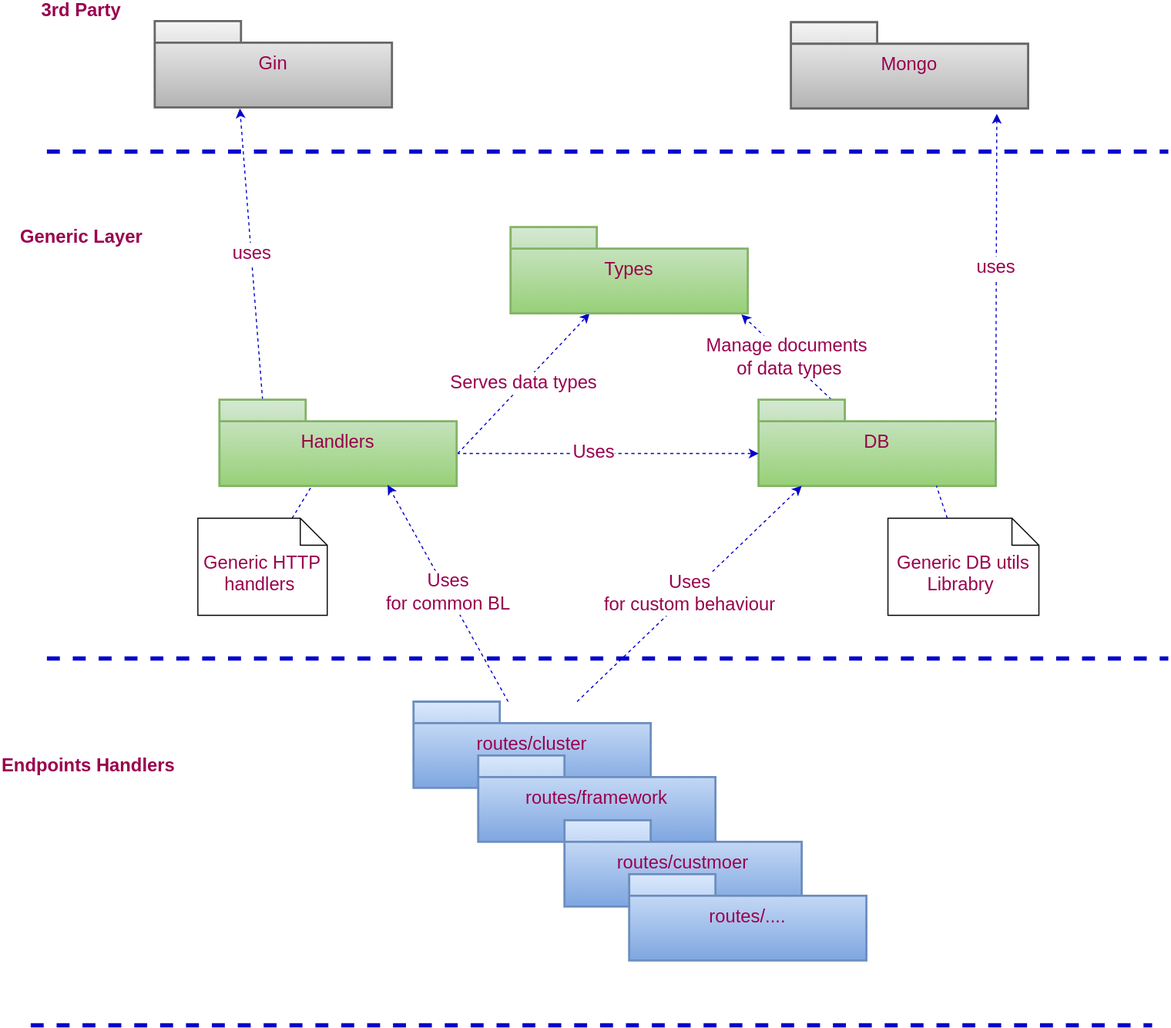
fossabot/config-service keeps this draw.io diagram as docs/overview.drawio.svg. Above is the earlier version. Source tidied: cells renumbered, new cells last; positions are measured from the earlier drawing's top-left corner, leaving out a move shared by most shapes. Its diagram source:
```xml
<mxGraphModel>
  <root>
    <mxCell id="0" />
    <mxCell id="1" parent="0" />
    <mxCell id="2" value="&lt;font style=&quot;font-size: 17px;&quot;&gt;Gin&lt;/font&gt;" style="shape=folder;tabWidth=80;tabHeight=20;tabPosition=left;strokeWidth=2;html=1;whiteSpace=wrap;align=center;fillColor=#f5f5f5;gradientColor=#b3b3b3;strokeColor=#666666;fontColor=#99004D;" parent="1" vertex="1">
      <mxGeometry x="115" width="220" height="80" as="geometry" />
    </mxCell>
    <mxCell id="3" value="&lt;font style=&quot;font-size: 17px;&quot;&gt;Mongo&lt;/font&gt;" style="shape=folder;tabWidth=80;tabHeight=20;tabPosition=left;strokeWidth=2;html=1;whiteSpace=wrap;align=center;fillColor=#f5f5f5;strokeColor=#666666;gradientColor=#b3b3b3;fontColor=#99004D;" parent="1" vertex="1">
      <mxGeometry x="705" y="1" width="220" height="80" as="geometry" />
    </mxCell>
    <mxCell id="4" value="uses" style="edgeStyle=none;shape=connector;rounded=0;jettySize=auto;html=1;exitX=0;exitY=0;exitDx=220;exitDy=20;exitPerimeter=0;entryX=0.868;entryY=1.063;entryDx=0;entryDy=0;entryPerimeter=0;dashed=1;labelBackgroundColor=default;strokeColor=#0000CC;fontFamily=Helvetica;fontSize=17;fontColor=#99004D;endArrow=classic;" parent="1" edge="1" source="6" target="3">
      <mxGeometry relative="1" as="geometry" />
    </mxCell>
    <mxCell id="5" value="Manage documents&lt;br&gt;&amp;nbsp;of data types" style="edgeStyle=none;shape=connector;rounded=0;jettySize=auto;html=1;entryX=0.973;entryY=1.013;entryDx=0;entryDy=0;entryPerimeter=0;dashed=1;labelBackgroundColor=default;strokeColor=#0000CC;fontFamily=Helvetica;fontSize=17;fontColor=#99004D;endArrow=classic;" parent="1" edge="1" source="6" target="12">
      <mxGeometry relative="1" as="geometry" />
    </mxCell>
    <mxCell id="6" value="&lt;font style=&quot;font-size: 17px;&quot;&gt;DB&lt;/font&gt;" style="shape=folder;tabWidth=80;tabHeight=20;tabPosition=left;strokeWidth=2;html=1;whiteSpace=wrap;align=center;fillColor=#d5e8d4;gradientColor=#97d077;strokeColor=#82b366;fontColor=#99004D;" parent="1" vertex="1">
      <mxGeometry x="675" y="351" width="220" height="80" as="geometry" />
    </mxCell>
    <mxCell id="7" value="Serves data types" style="rounded=0;orthogonalLoop=1;jettySize=auto;html=1;fontSize=17;dashed=1;exitX=0;exitY=0;exitDx=220;exitDy=50;exitPerimeter=0;strokeColor=#0000CC;fontColor=#99004D;" parent="1" edge="1">
      <mxGeometry relative="1" as="geometry">
        <mxPoint x="396" y="401" as="sourcePoint" />
        <mxPoint x="518.4" y="271" as="targetPoint" />
      </mxGeometry>
    </mxCell>
    <mxCell id="8" value="uses" style="edgeStyle=none;rounded=0;jettySize=auto;html=1;dashed=1;fontSize=17;exitX=0;exitY=0;exitDx=40;exitDy=0;exitPerimeter=0;entryX=0.359;entryY=1.013;entryDx=0;entryDy=0;entryPerimeter=0;strokeColor=#0000CC;fontColor=#99004D;" parent="1" edge="1" source="11" target="2">
      <mxGeometry relative="1" as="geometry" />
    </mxCell>
    <mxCell id="9" style="edgeStyle=none;shape=connector;rounded=0;jettySize=auto;html=1;entryX=0;entryY=0;entryDx=0;entryDy=50;entryPerimeter=0;dashed=1;labelBackgroundColor=default;strokeColor=#0000CC;fontFamily=Helvetica;fontSize=17;fontColor=#99004D;endArrow=classic;exitX=0;exitY=0;exitDx=220;exitDy=50;exitPerimeter=0;" parent="1" edge="1" source="11" target="6">
      <mxGeometry relative="1" as="geometry" />
    </mxCell>
    <mxCell id="10" value="Uses" style="edgeLabel;html=1;align=center;verticalAlign=middle;fontSize=17;fontFamily=Helvetica;fontColor=#99004D;" parent="9" vertex="1">
      <mxGeometry x="-0.1" y="1" relative="1" as="geometry" />
    </mxCell>
    <mxCell id="11" value="&lt;font style=&quot;font-size: 17px;&quot;&gt;Handlers&lt;/font&gt;" style="shape=folder;tabWidth=80;tabHeight=20;tabPosition=left;strokeWidth=2;html=1;whiteSpace=wrap;align=center;fillColor=#d5e8d4;gradientColor=#97d077;strokeColor=#82b366;fontColor=#99004D;" parent="1" vertex="1">
      <mxGeometry x="175" y="351" width="220" height="80" as="geometry" />
    </mxCell>
    <mxCell id="12" value="&lt;font style=&quot;font-size: 17px;&quot;&gt;Types&lt;/font&gt;" style="shape=folder;tabWidth=80;tabHeight=20;tabPosition=left;strokeWidth=2;html=1;whiteSpace=wrap;align=center;fillColor=#d5e8d4;gradientColor=#97d077;strokeColor=#82b366;fontColor=#99004D;" parent="1" vertex="1">
      <mxGeometry x="445" y="191" width="220" height="80" as="geometry" />
    </mxCell>
    <mxCell id="13" style="group;fontColor=#99004D;" parent="1" vertex="1">
      <mxGeometry x="355" y="631" width="420" height="240" as="geometry" />
    </mxCell>
    <mxCell id="14" value="&lt;font style=&quot;font-size: 17px;&quot;&gt;routes/cluster&lt;/font&gt;" style="shape=folder;tabWidth=80;tabHeight=20;tabPosition=left;strokeWidth=2;html=1;whiteSpace=wrap;align=center;fillColor=#dae8fc;gradientColor=#7ea6e0;strokeColor=#6c8ebf;fontColor=#99004D;" parent="13" vertex="1">
      <mxGeometry width="220" height="80" as="geometry" />
    </mxCell>
    <mxCell id="15" value="&lt;font style=&quot;font-size: 17px;&quot;&gt;routes/framework&lt;/font&gt;" style="shape=folder;tabWidth=80;tabHeight=20;tabPosition=left;strokeWidth=2;html=1;whiteSpace=wrap;align=center;fillColor=#dae8fc;gradientColor=#7ea6e0;strokeColor=#6c8ebf;fontColor=#99004D;" parent="13" vertex="1">
      <mxGeometry x="60" y="50" width="220" height="80" as="geometry" />
    </mxCell>
    <mxCell id="16" value="&lt;font style=&quot;font-size: 17px;&quot;&gt;routes/custmoer&lt;/font&gt;" style="shape=folder;tabWidth=80;tabHeight=20;tabPosition=left;strokeWidth=2;html=1;whiteSpace=wrap;align=center;fillColor=#dae8fc;gradientColor=#7ea6e0;strokeColor=#6c8ebf;fontColor=#99004D;" parent="13" vertex="1">
      <mxGeometry x="140" y="110" width="220" height="80" as="geometry" />
    </mxCell>
    <mxCell id="17" value="&lt;font style=&quot;font-size: 17px;&quot;&gt;routes/....&lt;/font&gt;" style="shape=folder;tabWidth=80;tabHeight=20;tabPosition=left;strokeWidth=2;html=1;whiteSpace=wrap;align=center;fillColor=#dae8fc;gradientColor=#7ea6e0;strokeColor=#6c8ebf;fontColor=#99004D;" parent="13" vertex="1">
      <mxGeometry x="200" y="160" width="220" height="80" as="geometry" />
    </mxCell>
    <mxCell id="18" style="edgeStyle=none;shape=connector;rounded=0;jettySize=auto;html=1;entryX=0.75;entryY=1;entryDx=0;entryDy=0;entryPerimeter=0;dashed=1;labelBackgroundColor=default;strokeColor=#0000CC;fontFamily=Helvetica;fontSize=17;fontColor=#99004D;endArrow=none;endFill=0;" parent="1" edge="1" source="19" target="6">
      <mxGeometry relative="1" as="geometry" />
    </mxCell>
    <mxCell id="19" value="Generic DB utils Librabry&amp;nbsp;" style="shape=note2;boundedLbl=1;whiteSpace=wrap;html=1;size=25;verticalAlign=top;align=center;fontFamily=Helvetica;fontSize=17;fontColor=#99004D;" parent="1" vertex="1">
      <mxGeometry x="795" y="461" width="140" height="90" as="geometry" />
    </mxCell>
    <mxCell id="20" style="edgeStyle=none;shape=connector;rounded=0;jettySize=auto;html=1;dashed=1;labelBackgroundColor=default;strokeColor=#0000CC;fontFamily=Helvetica;fontSize=17;fontColor=#99004D;endArrow=none;endFill=0;" parent="1" edge="1" source="21" target="11">
      <mxGeometry relative="1" as="geometry" />
    </mxCell>
    <mxCell id="21" value="Generic HTTP handlers&amp;nbsp;" style="shape=note2;boundedLbl=1;whiteSpace=wrap;html=1;size=25;verticalAlign=top;align=center;fontFamily=Helvetica;fontSize=17;fontColor=#99004D;" parent="1" vertex="1">
      <mxGeometry x="155" y="461" width="120" height="90" as="geometry" />
    </mxCell>
    <mxCell id="22" value="Uses&lt;br&gt;for common BL" style="edgeStyle=none;shape=connector;rounded=0;jettySize=auto;html=1;entryX=0.709;entryY=0.988;entryDx=0;entryDy=0;entryPerimeter=0;dashed=1;labelBackgroundColor=default;strokeColor=#0000CC;fontFamily=Helvetica;fontSize=17;fontColor=#99004D;endArrow=classic;endFill=1;" parent="1" edge="1" source="14" target="11">
      <mxGeometry relative="1" as="geometry" />
    </mxCell>
    <mxCell id="23" value="Uses&lt;br&gt;for custom behaviour" style="edgeStyle=none;shape=connector;rounded=0;jettySize=auto;html=1;entryX=0.182;entryY=1;entryDx=0;entryDy=0;entryPerimeter=0;dashed=1;labelBackgroundColor=default;strokeColor=#0000CC;fontFamily=Helvetica;fontSize=17;fontColor=#99004D;endArrow=classic;endFill=1;" parent="1" edge="1" source="14" target="6">
      <mxGeometry relative="1" as="geometry" />
    </mxCell>
    <mxCell id="24" value="&lt;b&gt;3rd Party&lt;/b&gt;" style="endArrow=none;dashed=1;html=1;rounded=0;labelBackgroundColor=default;strokeColor=#0000CC;fontFamily=Helvetica;fontSize=17;fontColor=#99004D;shape=connector;strokeWidth=4;align=right;" parent="1" edge="1">
      <mxGeometry x="-0.87" y="130" relative="1" as="geometry">
        <mxPoint x="15" y="121" as="sourcePoint" />
        <mxPoint x="1055" y="121" as="targetPoint" />
      </mxGeometry>
    </mxCell>
    <mxCell id="25" value="&lt;b&gt;Generic Layer&lt;/b&gt;" style="endArrow=none;dashed=1;html=1;rounded=0;labelBackgroundColor=default;strokeColor=#0000CC;fontFamily=Helvetica;fontSize=17;fontColor=#99004D;shape=connector;strokeWidth=4;align=right;" parent="1" edge="1">
      <mxGeometry x="-0.83" y="390" relative="1" as="geometry">
        <mxPoint x="15" y="591" as="sourcePoint" />
        <mxPoint x="1055" y="591" as="targetPoint" />
      </mxGeometry>
    </mxCell>
    <mxCell id="26" value="&lt;b&gt;Endpoints Handlers&lt;/b&gt;" style="endArrow=none;dashed=1;html=1;rounded=0;labelBackgroundColor=default;strokeColor=#0000CC;fontFamily=Helvetica;fontSize=17;fontColor=#99004D;shape=connector;strokeWidth=4;align=right;" parent="1" edge="1">
      <mxGeometry x="-0.74" y="240" relative="1" as="geometry">
        <mxPoint y="931" as="sourcePoint" />
        <mxPoint x="1040" y="931" as="targetPoint" />
      </mxGeometry>
    </mxCell>
  </root>
</mxGraphModel>
```
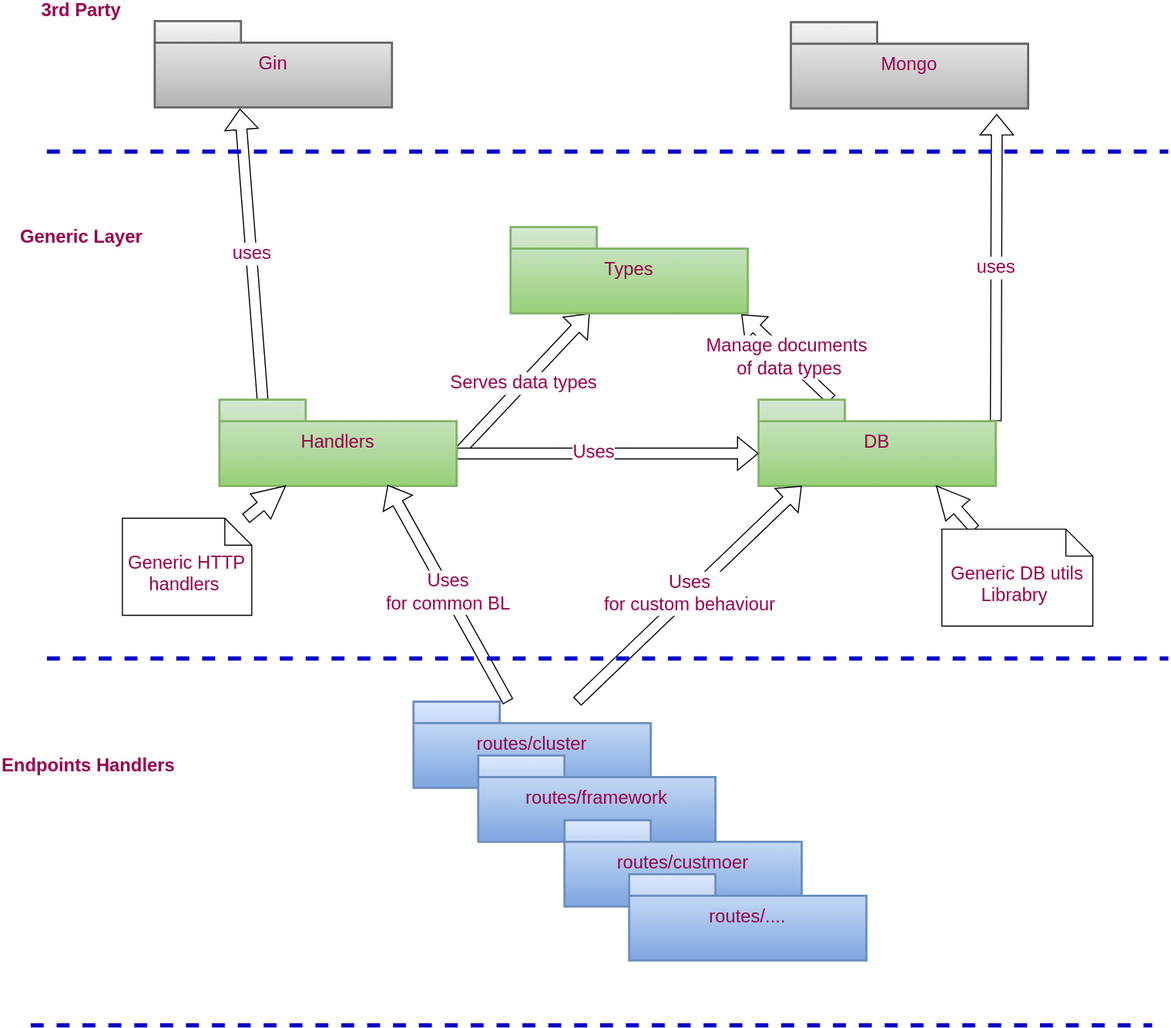
After the change.

The edit, as a diff of the source:
```diff
@@ -8,25 +8,25 @@
     <mxCell id="3" value="&lt;font style=&quot;font-size: 17px;&quot;&gt;Mongo&lt;/font&gt;" style="shape=folder;tabWidth=80;tabHeight=20;tabPosition=left;strokeWidth=2;html=1;whiteSpace=wrap;align=center;fillColor=#f5f5f5;strokeColor=#666666;gradientColor=#b3b3b3;fontColor=#99004D;" parent="1" vertex="1">
       <mxGeometry x="705" y="1" width="220" height="80" as="geometry" />
     </mxCell>
-    <mxCell id="4" value="uses" style="edgeStyle=none;shape=connector;rounded=0;jettySize=auto;html=1;exitX=0;exitY=0;exitDx=220;exitDy=20;exitPerimeter=0;entryX=0.868;entryY=1.063;entryDx=0;entryDy=0;entryPerimeter=0;dashed=1;labelBackgroundColor=default;strokeColor=#0000CC;fontFamily=Helvetica;fontSize=17;fontColor=#99004D;endArrow=classic;" parent="1" edge="1" source="6" target="3">
+    <mxCell id="4" value="uses" style="edgeStyle=none;shape=flexArrow;rounded=0;jettySize=auto;html=1;exitX=0;exitY=0;exitDx=220;exitDy=20;exitPerimeter=0;entryX=0.868;entryY=1.063;entryDx=0;entryDy=0;entryPerimeter=0;labelBackgroundColor=default;strokeColor=#000000;fontFamily=Helvetica;fontSize=17;fontColor=#99004D;endArrow=classic;fillColor=#FFFFFF;" parent="1" edge="1" source="6" target="3">
       <mxGeometry relative="1" as="geometry" />
     </mxCell>
-    <mxCell id="5" value="Manage documents&lt;br&gt;&amp;nbsp;of data types" style="edgeStyle=none;shape=connector;rounded=0;jettySize=auto;html=1;entryX=0.973;entryY=1.013;entryDx=0;entryDy=0;entryPerimeter=0;dashed=1;labelBackgroundColor=default;strokeColor=#0000CC;fontFamily=Helvetica;fontSize=17;fontColor=#99004D;endArrow=classic;" parent="1" edge="1" source="6" target="12">
+    <mxCell id="5" value="Manage documents&lt;br&gt;&amp;nbsp;of data types" style="edgeStyle=none;shape=flexArrow;rounded=0;jettySize=auto;html=1;entryX=0.973;entryY=1.013;entryDx=0;entryDy=0;entryPerimeter=0;labelBackgroundColor=default;strokeColor=#000000;fontFamily=Helvetica;fontSize=17;fontColor=#99004D;endArrow=classic;fillColor=#FFFFFF;" parent="1" edge="1" source="6" target="12">
       <mxGeometry relative="1" as="geometry" />
     </mxCell>
     <mxCell id="6" value="&lt;font style=&quot;font-size: 17px;&quot;&gt;DB&lt;/font&gt;" style="shape=folder;tabWidth=80;tabHeight=20;tabPosition=left;strokeWidth=2;html=1;whiteSpace=wrap;align=center;fillColor=#d5e8d4;gradientColor=#97d077;strokeColor=#82b366;fontColor=#99004D;" parent="1" vertex="1">
       <mxGeometry x="675" y="351" width="220" height="80" as="geometry" />
     </mxCell>
-    <mxCell id="7" value="Serves data types" style="rounded=0;orthogonalLoop=1;jettySize=auto;html=1;fontSize=17;dashed=1;exitX=0;exitY=0;exitDx=220;exitDy=50;exitPerimeter=0;strokeColor=#0000CC;fontColor=#99004D;" parent="1" edge="1">
+    <mxCell id="7" value="Serves data types" style="rounded=0;orthogonalLoop=1;jettySize=auto;html=1;fontSize=17;exitX=0;exitY=0;exitDx=220;exitDy=50;exitPerimeter=0;strokeColor=#000000;fontColor=#99004D;shape=flexArrow;fillColor=#FFFFFF;" parent="1" edge="1">
       <mxGeometry relative="1" as="geometry">
         <mxPoint x="396" y="401" as="sourcePoint" />
         <mxPoint x="518.4" y="271" as="targetPoint" />
       </mxGeometry>
     </mxCell>
-    <mxCell id="8" value="uses" style="edgeStyle=none;rounded=0;jettySize=auto;html=1;dashed=1;fontSize=17;exitX=0;exitY=0;exitDx=40;exitDy=0;exitPerimeter=0;entryX=0.359;entryY=1.013;entryDx=0;entryDy=0;entryPerimeter=0;strokeColor=#0000CC;fontColor=#99004D;" parent="1" edge="1" source="11" target="2">
+    <mxCell id="8" value="uses" style="edgeStyle=none;rounded=0;jettySize=auto;html=1;fontSize=17;exitX=0;exitY=0;exitDx=40;exitDy=0;exitPerimeter=0;entryX=0.359;entryY=1.013;entryDx=0;entryDy=0;entryPerimeter=0;strokeColor=#000000;fontColor=#99004D;shape=flexArrow;fillColor=#FFFFFF;" parent="1" edge="1" source="11" target="2">
       <mxGeometry relative="1" as="geometry" />
     </mxCell>
-    <mxCell id="9" style="edgeStyle=none;shape=connector;rounded=0;jettySize=auto;html=1;entryX=0;entryY=0;entryDx=0;entryDy=50;entryPerimeter=0;dashed=1;labelBackgroundColor=default;strokeColor=#0000CC;fontFamily=Helvetica;fontSize=17;fontColor=#99004D;endArrow=classic;exitX=0;exitY=0;exitDx=220;exitDy=50;exitPerimeter=0;" parent="1" edge="1" source="11" target="6">
+    <mxCell id="9" style="edgeStyle=none;shape=flexArrow;rounded=0;jettySize=auto;html=1;entryX=0;entryY=0;entryDx=0;entryDy=50;entryPerimeter=0;labelBackgroundColor=default;strokeColor=#000000;fontFamily=Helvetica;fontSize=17;fontColor=#99004D;endArrow=classic;exitX=0;exitY=0;exitDx=220;exitDy=50;exitPerimeter=0;fillColor=#FFFFFF;" parent="1" edge="1" source="11" target="6">
       <mxGeometry relative="1" as="geometry" />
     </mxCell>
     <mxCell id="10" value="Uses" style="edgeLabel;html=1;align=center;verticalAlign=middle;fontSize=17;fontFamily=Helvetica;fontColor=#99004D;" parent="9" vertex="1">
@@ -53,22 +53,22 @@
     <mxCell id="17" value="&lt;font style=&quot;font-size: 17px;&quot;&gt;routes/....&lt;/font&gt;" style="shape=folder;tabWidth=80;tabHeight=20;tabPosition=left;strokeWidth=2;html=1;whiteSpace=wrap;align=center;fillColor=#dae8fc;gradientColor=#7ea6e0;strokeColor=#6c8ebf;fontColor=#99004D;" parent="13" vertex="1">
       <mxGeometry x="200" y="160" width="220" height="80" as="geometry" />
     </mxCell>
-    <mxCell id="18" style="edgeStyle=none;shape=connector;rounded=0;jettySize=auto;html=1;entryX=0.75;entryY=1;entryDx=0;entryDy=0;entryPerimeter=0;dashed=1;labelBackgroundColor=default;strokeColor=#0000CC;fontFamily=Helvetica;fontSize=17;fontColor=#99004D;endArrow=none;endFill=0;" parent="1" edge="1" source="19" target="6">
+    <mxCell id="18" style="edgeStyle=none;shape=arrow;rounded=0;jettySize=auto;html=1;entryX=0.75;entryY=1;entryDx=0;entryDy=0;entryPerimeter=0;labelBackgroundColor=default;strokeColor=#000000;fontFamily=Helvetica;fontSize=17;fontColor=#99004D;endArrow=none;endFill=0;fillColor=#FFFFFF;" parent="1" edge="1" source="19" target="6">
       <mxGeometry relative="1" as="geometry" />
     </mxCell>
     <mxCell id="19" value="Generic DB utils Librabry&amp;nbsp;" style="shape=note2;boundedLbl=1;whiteSpace=wrap;html=1;size=25;verticalAlign=top;align=center;fontFamily=Helvetica;fontSize=17;fontColor=#99004D;" parent="1" vertex="1">
-      <mxGeometry x="795" y="461" width="140" height="90" as="geometry" />
+      <mxGeometry x="845" y="471" width="140" height="90" as="geometry" />
     </mxCell>
-    <mxCell id="20" style="edgeStyle=none;shape=connector;rounded=0;jettySize=auto;html=1;dashed=1;labelBackgroundColor=default;strokeColor=#0000CC;fontFamily=Helvetica;fontSize=17;fontColor=#99004D;endArrow=none;endFill=0;" parent="1" edge="1" source="21" target="11">
+    <mxCell id="20" style="edgeStyle=none;shape=arrow;rounded=0;jettySize=auto;html=1;labelBackgroundColor=default;strokeColor=#000000;fontFamily=Helvetica;fontSize=17;fontColor=#99004D;endArrow=none;endFill=0;fillColor=#FFFFFF;" parent="1" edge="1" source="21" target="11">
       <mxGeometry relative="1" as="geometry" />
     </mxCell>
     <mxCell id="21" value="Generic HTTP handlers&amp;nbsp;" style="shape=note2;boundedLbl=1;whiteSpace=wrap;html=1;size=25;verticalAlign=top;align=center;fontFamily=Helvetica;fontSize=17;fontColor=#99004D;" parent="1" vertex="1">
-      <mxGeometry x="155" y="461" width="120" height="90" as="geometry" />
+      <mxGeometry x="85" y="461" width="120" height="90" as="geometry" />
     </mxCell>
-    <mxCell id="22" value="Uses&lt;br&gt;for common BL" style="edgeStyle=none;shape=connector;rounded=0;jettySize=auto;html=1;entryX=0.709;entryY=0.988;entryDx=0;entryDy=0;entryPerimeter=0;dashed=1;labelBackgroundColor=default;strokeColor=#0000CC;fontFamily=Helvetica;fontSize=17;fontColor=#99004D;endArrow=classic;endFill=1;" parent="1" edge="1" source="14" target="11">
+    <mxCell id="22" value="Uses&lt;br&gt;for common BL" style="edgeStyle=none;shape=flexArrow;rounded=0;jettySize=auto;html=1;entryX=0.709;entryY=0.988;entryDx=0;entryDy=0;entryPerimeter=0;labelBackgroundColor=default;strokeColor=#000000;fontFamily=Helvetica;fontSize=17;fontColor=#99004D;endArrow=classic;endFill=1;fillColor=#FFFFFF;" parent="1" edge="1" source="14" target="11">
       <mxGeometry relative="1" as="geometry" />
     </mxCell>
-    <mxCell id="23" value="Uses&lt;br&gt;for custom behaviour" style="edgeStyle=none;shape=connector;rounded=0;jettySize=auto;html=1;entryX=0.182;entryY=1;entryDx=0;entryDy=0;entryPerimeter=0;dashed=1;labelBackgroundColor=default;strokeColor=#0000CC;fontFamily=Helvetica;fontSize=17;fontColor=#99004D;endArrow=classic;endFill=1;" parent="1" edge="1" source="14" target="6">
+    <mxCell id="23" value="Uses&lt;br&gt;for custom behaviour" style="edgeStyle=none;shape=flexArrow;rounded=0;jettySize=auto;html=1;entryX=0.182;entryY=1;entryDx=0;entryDy=0;entryPerimeter=0;labelBackgroundColor=default;strokeColor=#000000;fontFamily=Helvetica;fontSize=17;fontColor=#99004D;endArrow=classic;endFill=1;fillColor=#FFFFFF;" parent="1" edge="1" source="14" target="6">
       <mxGeometry relative="1" as="geometry" />
     </mxCell>
     <mxCell id="24" value="&lt;b&gt;3rd Party&lt;/b&gt;" style="endArrow=none;dashed=1;html=1;rounded=0;labelBackgroundColor=default;strokeColor=#0000CC;fontFamily=Helvetica;fontSize=17;fontColor=#99004D;shape=connector;strokeWidth=4;align=right;" parent="1" edge="1">
```
